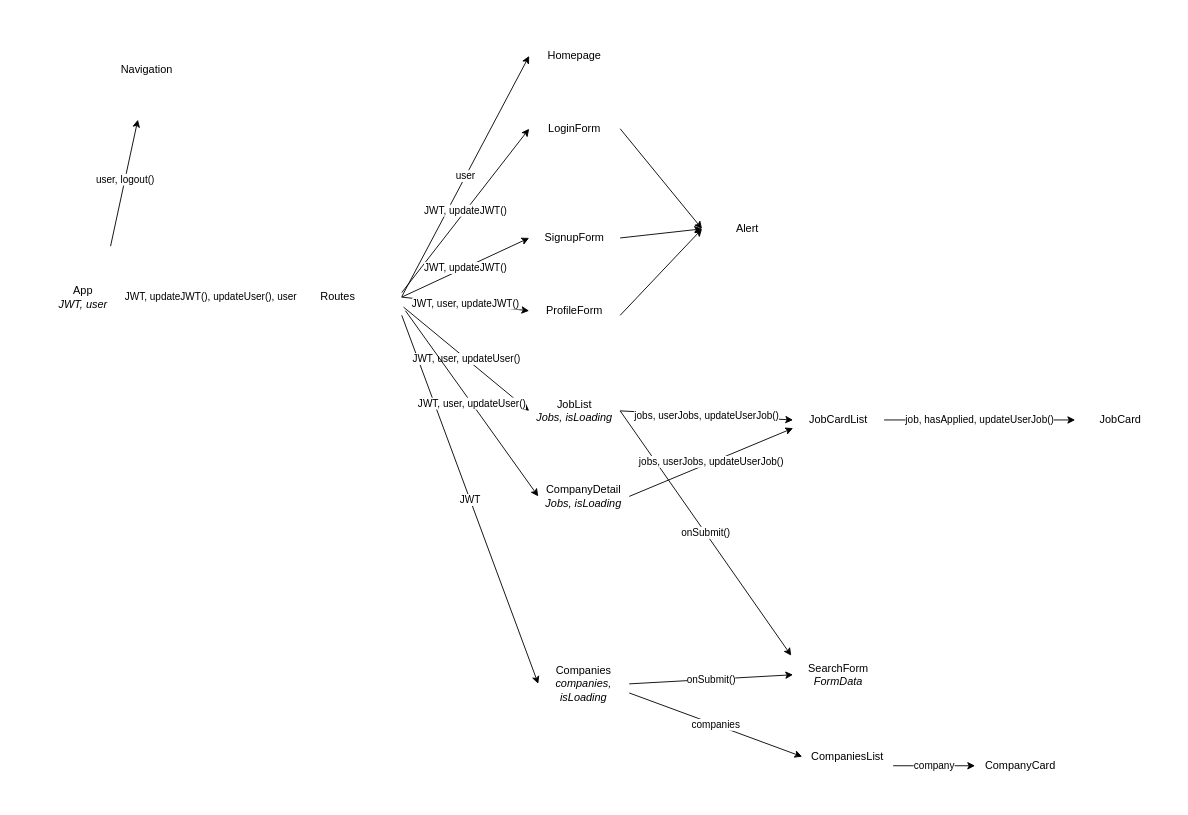
The draw.io diagram Untitled Diagram.drawio in dkclee/l4j-fe, before the edit. Source tidied: cells renumbered, new cells numbered last; positions are measured from the earlier drawing's top-left corner, leaving out a move shared by most shapes. Both pictures are drawn from the tidied source at 91%, with x=0, y=0 at pixel (19, 19).
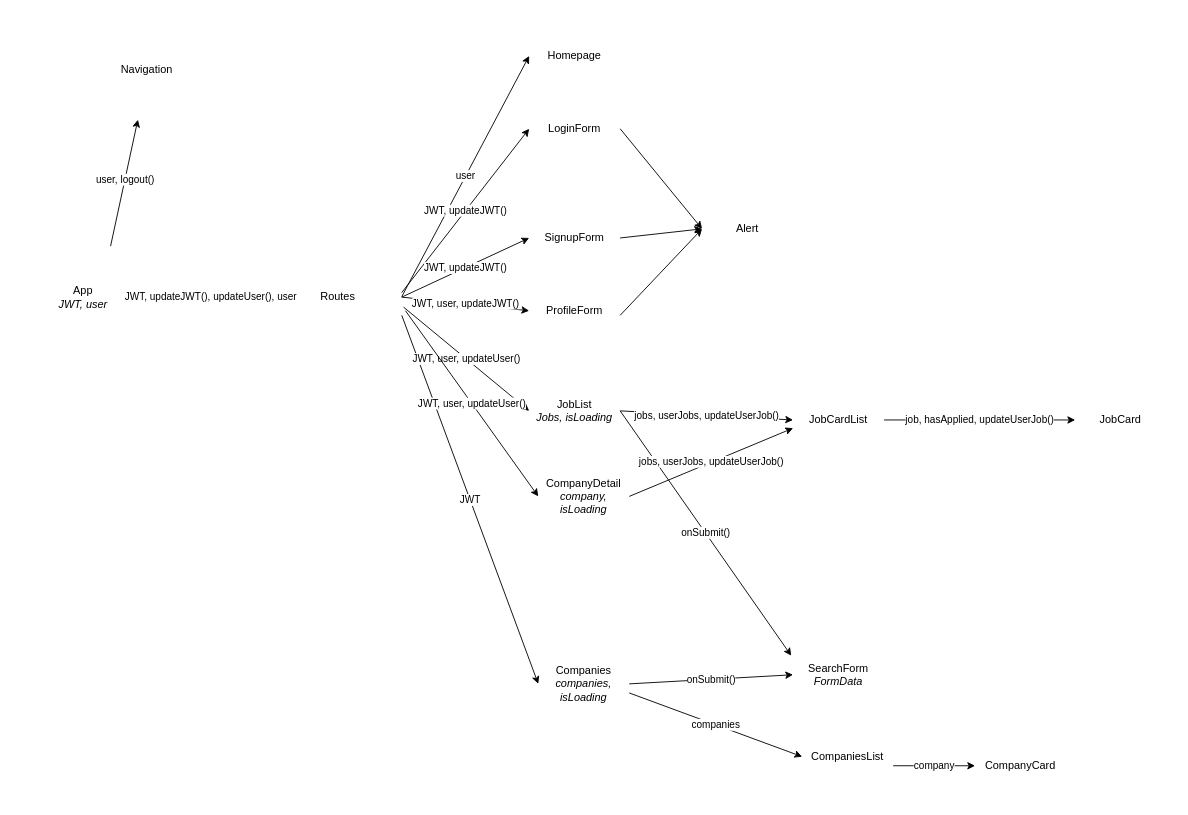
The same diagram, later.

Commit message (it also covers changes not shown here):
update company list and card; company detail WIP

The edit, as a diff of the source:
```diff
@@
-    <mxCell id="30" value="CompanyDetail&lt;br&gt;&lt;i&gt;Jobs, isLoading&lt;/i&gt;" style="text;html=1;strokeColor=1;fillColor=none;align=center;verticalAlign=middle;whiteSpace=wrap;rounded=0;shadow=1;" parent="1" vertex="1">
+    <mxCell id="30" value="CompanyDetail&lt;br&gt;&lt;i&gt;company, isLoading&lt;/i&gt;" style="text;html=1;strokeColor=1;fillColor=none;align=center;verticalAlign=middle;whiteSpace=wrap;rounded=0;shadow=1;" parent="1" vertex="1">
       <mxGeometry x="570" y="494" width="100" height="60" as="geometry" />
     </mxCell>
```
